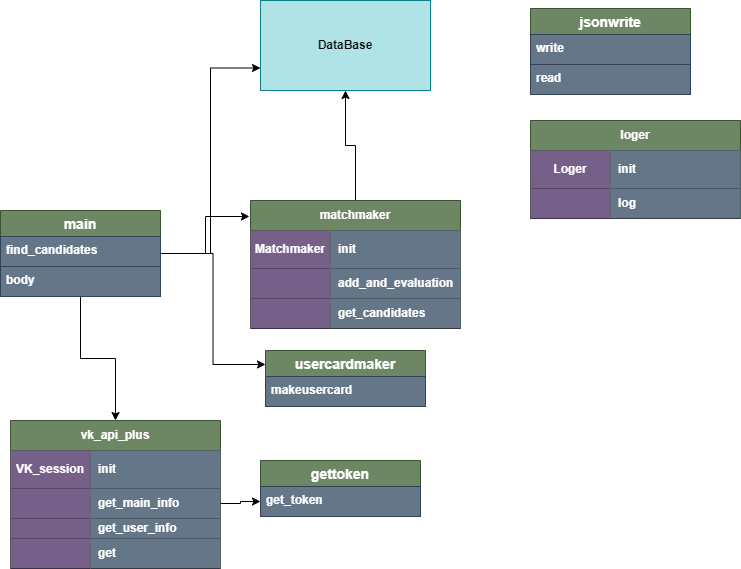
Before: scheme.png, a diagram exported from draw.io (Vector232/Diplom_VKinder). Source tidied: cells renumbered, new cells last; positions are measured from the earlier drawing's top-left corner, leaving out a move shared by most shapes.
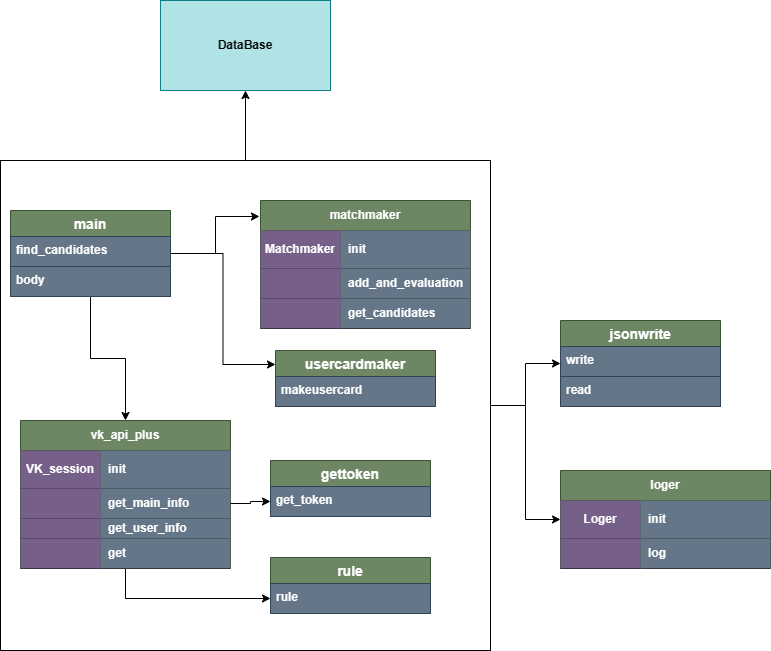
After the change.

The edit, as a diff of the source:
```diff
@@ -11,9 +11,6 @@
     <mxCell id="4" style="edgeStyle=orthogonalEdgeStyle;rounded=0;jettySize=auto;html=1;entryX=-0.005;entryY=0.125;entryDx=0;entryDy=0;entryPerimeter=0;" parent="1" edge="1" source="6" target="25">
       <mxGeometry relative="1" as="geometry" />
     </mxCell>
-    <mxCell id="5" style="edgeStyle=orthogonalEdgeStyle;rounded=0;jettySize=auto;html=1;entryX=0;entryY=0.75;entryDx=0;entryDy=0;" parent="1" edge="1" source="6" target="44">
-      <mxGeometry relative="1" as="geometry" />
-    </mxCell>
     <mxCell id="6" value="main" style="swimlane;fontStyle=1;horizontal=1;startSize=26;align=center;fontSize=14;fillColor=#6d8764;fontColor=#ffffff;strokeColor=#3A5431;" parent="1" vertex="1">
       <mxGeometry y="210" width="160" height="86" as="geometry" />
     </mxCell>
@@ -23,6 +20,9 @@
     <mxCell id="8" value="body" style="text;strokeColor=#314354;fillColor=#647687;spacingLeft=4;spacingRight=4;overflow=hidden;fontSize=12;whiteSpace=wrap;html=1;fontStyle=1;fontColor=#ffffff;" parent="6" vertex="1">
       <mxGeometry y="56" width="160" height="30" as="geometry" />
     </mxCell>
+    <mxCell id="49" style="edgeStyle=orthogonalEdgeStyle;rounded=0;jettySize=auto;html=1;" parent="1" edge="1" source="9" target="51">
+      <mxGeometry relative="1" as="geometry" />
+    </mxCell>
     <mxCell id="9" value="vk_api_plus" style="shape=table;startSize=30;rowLines=0;fontStyle=1;align=center;html=1;whiteSpace=wrap;fillColor=#6d8764;fontColor=#ffffff;strokeColor=#3A5431;" parent="1" vertex="1">
       <mxGeometry x="10" y="420" width="210" height="148" as="geometry" />
     </mxCell>
@@ -68,9 +68,6 @@
     <mxCell id="23" value="get_token" style="text;strokeColor=#314354;fillColor=#647687;spacingLeft=4;spacingRight=4;overflow=hidden;points=[[0,0.5],[1,0.5]];portConstraint=eastwest;fontSize=12;whiteSpace=wrap;html=1;fontStyle=1;fontColor=#ffffff;" parent="22" vertex="1">
       <mxGeometry y="26" width="160" height="30" as="geometry" />
     </mxCell>
-    <mxCell id="24" style="edgeStyle=orthogonalEdgeStyle;rounded=0;jettySize=auto;html=1;" parent="1" edge="1" source="25" target="44">
-      <mxGeometry relative="1" as="geometry" />
-    </mxCell>
     <mxCell id="25" value="matchmaker" style="shape=table;startSize=30;rowLines=0;fontStyle=1;align=center;html=1;whiteSpace=wrap;fillColor=#6d8764;fontColor=#ffffff;strokeColor=#3A5431;" parent="1" vertex="1">
       <mxGeometry x="250" y="200" width="210" height="128" as="geometry" />
     </mxCell>
@@ -108,7 +105,7 @@
       <mxGeometry y="26" width="160" height="30" as="geometry" />
     </mxCell>
     <mxCell id="37" value="loger" style="shape=table;startSize=30;rowLines=0;fontStyle=1;align=center;html=1;whiteSpace=wrap;fillColor=#6d8764;fontColor=#ffffff;strokeColor=#3A5431;" parent="1" vertex="1">
-      <mxGeometry x="530" y="120" width="210" height="98" as="geometry" />
+      <mxGeometry x="550" y="470" width="210" height="98" as="geometry" />
     </mxCell>
     <mxCell id="38" style="shape=tableRow;horizontal=0;startSize=0;swimlaneHead=0;swimlaneBody=0;fillColor=none;top=0;left=0;right=0;bottom=1;html=1;" parent="37" vertex="1">
       <mxGeometry y="30" width="210" height="38" as="geometry" />
@@ -129,10 +126,10 @@
       <mxGeometry x="80" width="130" height="30" as="geometry" />
     </mxCell>
     <mxCell id="44" value="DataBase" style="whiteSpace=wrap;html=1;align=center;fontStyle=1;fillColor=#b0e3e6;strokeColor=#0e8088;" parent="1" vertex="1">
-      <mxGeometry x="260" width="170" height="90" as="geometry" />
+      <mxGeometry x="150" width="170" height="90" as="geometry" />
     </mxCell>
     <mxCell id="45" value="jsonwrite" style="swimlane;fontStyle=1;horizontal=1;startSize=26;align=center;fontSize=14;fillColor=#6d8764;fontColor=#ffffff;strokeColor=#3A5431;" parent="1" vertex="1">
-      <mxGeometry x="530" y="8" width="160" height="86" as="geometry" />
+      <mxGeometry x="550" y="320" width="160" height="86" as="geometry" />
     </mxCell>
     <mxCell id="46" value="write" style="text;strokeColor=#314354;fillColor=#647687;spacingLeft=4;spacingRight=4;overflow=hidden;fontSize=12;whiteSpace=wrap;html=1;fontStyle=1;fontColor=#ffffff;" parent="45" vertex="1">
       <mxGeometry y="26" width="160" height="30" as="geometry" />
@@ -143,5 +140,23 @@
     <mxCell id="48" style="edgeStyle=orthogonalEdgeStyle;rounded=0;jettySize=auto;html=1;" parent="1" edge="1" source="13" target="23">
       <mxGeometry relative="1" as="geometry" />
     </mxCell>
+    <mxCell id="50" value="rule" style="swimlane;fontStyle=1;horizontal=1;startSize=26;align=center;fontSize=14;fillColor=#6d8764;fontColor=#ffffff;strokeColor=#3A5431;" parent="1" vertex="1">
+      <mxGeometry x="260" y="557" width="160" height="56" as="geometry" />
+    </mxCell>
+    <mxCell id="51" value="rule" style="text;strokeColor=#314354;fillColor=#647687;spacingLeft=4;spacingRight=4;overflow=hidden;points=[[0,0.5],[1,0.5]];portConstraint=eastwest;fontSize=12;whiteSpace=wrap;html=1;fontStyle=1;fontColor=#ffffff;" parent="50" vertex="1">
+      <mxGeometry y="26" width="160" height="30" as="geometry" />
+    </mxCell>
+    <mxCell id="52" style="edgeStyle=orthogonalEdgeStyle;rounded=0;jettySize=auto;html=1;" parent="1" edge="1" source="55" target="45">
+      <mxGeometry relative="1" as="geometry" />
+    </mxCell>
+    <mxCell id="53" style="edgeStyle=orthogonalEdgeStyle;rounded=0;jettySize=auto;html=1;" parent="1" edge="1" source="55" target="37">
+      <mxGeometry relative="1" as="geometry" />
+    </mxCell>
+    <mxCell id="54" style="edgeStyle=orthogonalEdgeStyle;rounded=0;jettySize=auto;html=1;" parent="1" edge="1" source="55" target="44">
+      <mxGeometry relative="1" as="geometry" />
+    </mxCell>
+    <mxCell id="55" style="whiteSpace=wrap;html=1;fillColor=none;" parent="1" vertex="1">
+      <mxGeometry x="-10" y="160" width="490" height="490" as="geometry" />
+    </mxCell>
   </root>
 </mxGraphModel>
```
